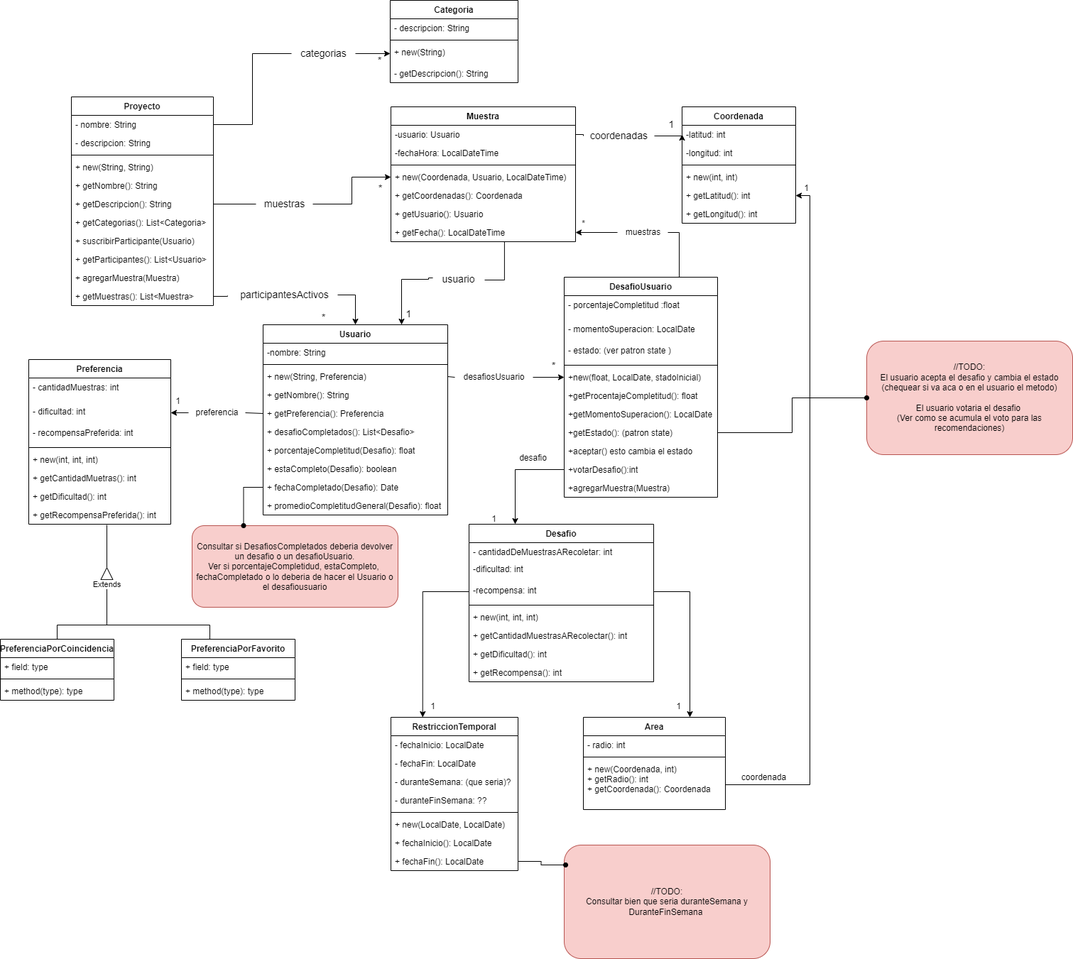
Maxxie12/Unq-po2-TpFinal keeps this draw.io diagram as UMLTPFinal.drawio.png. Above is the earlier version. Source tidied: cells renumbered, new cells last; positions are measured from the earlier drawing's top-left corner, leaving out a move shared by most shapes.
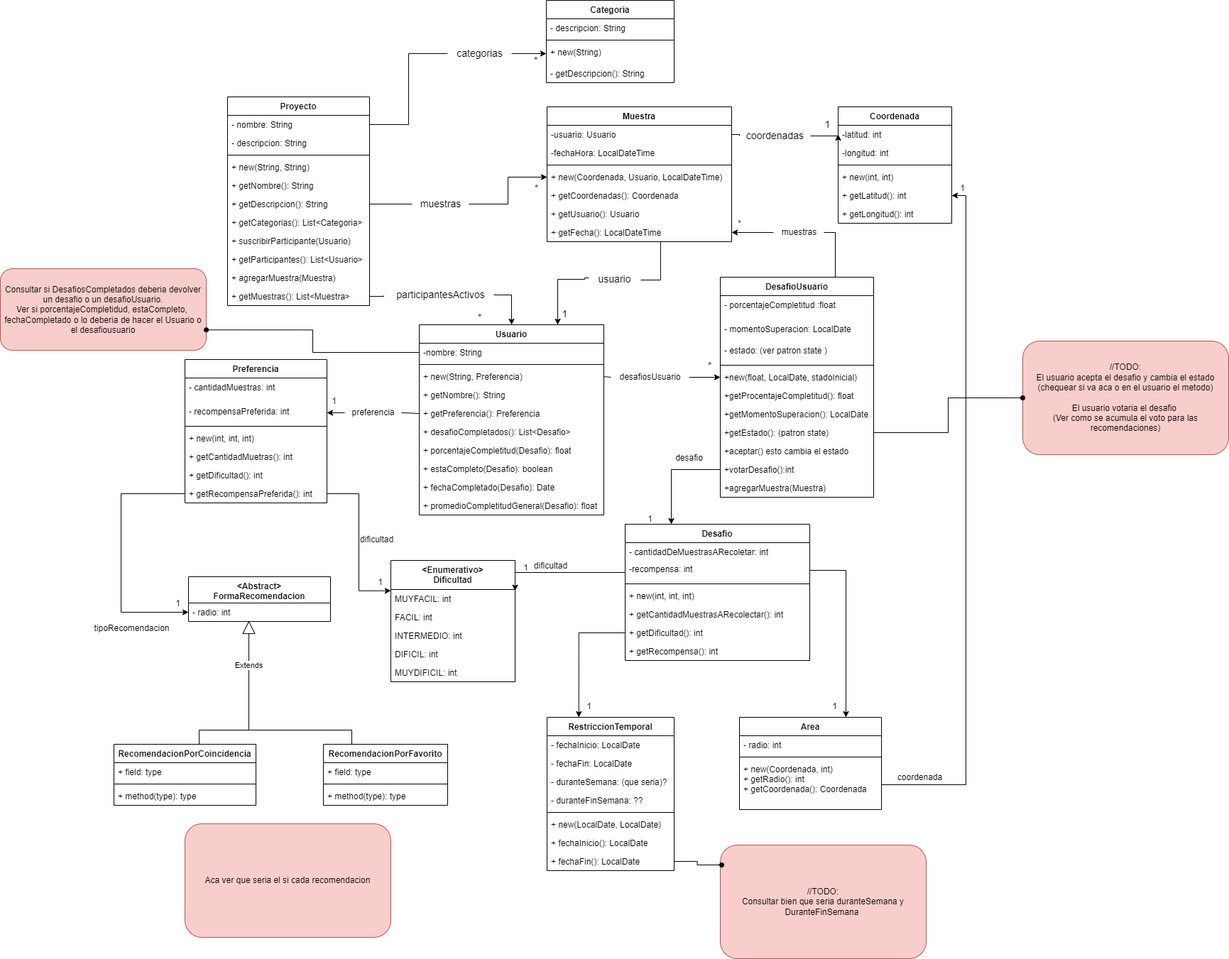
After the commit.

Commit message:
Actualizo UMLTPFinal

Change to the diagram source:
```diff
@@ -117,73 +117,70 @@
       <mxGeometry y="138" width="160" height="26" as="geometry" />
     </mxCell>
     <mxCell id="40" value="Preferencia" style="swimlane;fontStyle=1;align=center;verticalAlign=top;horizontal=1;startSize=26;" parent="1" vertex="1">
-      <mxGeometry x="40" y="506" width="200" height="232" as="geometry" />
+      <mxGeometry x="40" y="506" width="200" height="202" as="geometry" />
     </mxCell>
     <mxCell id="41" value="- cantidadMuestras: int&#10;" style="text;strokeColor=none;fillColor=none;align=left;verticalAlign=top;spacingLeft=4;spacingRight=4;overflow=hidden;" parent="40" vertex="1">
       <mxGeometry y="26" width="200" height="34" as="geometry" />
     </mxCell>
-    <mxCell id="42" value="- dificultad: int" style="text;strokeColor=none;fillColor=none;align=left;verticalAlign=top;spacingLeft=4;spacingRight=4;overflow=hidden;points=[[0,0.5],[1,0.5]];portConstraint=eastwest;" parent="40" vertex="1">
-      <mxGeometry y="60" width="200" height="30" as="geometry" />
-    </mxCell>
     <mxCell id="43" value="- recompensaPreferida: int" style="text;strokeColor=none;fillColor=none;align=left;verticalAlign=top;spacingLeft=4;spacingRight=4;overflow=hidden;" parent="40" vertex="1">
-      <mxGeometry y="90" width="200" height="30" as="geometry" />
+      <mxGeometry y="60" width="200" height="30" as="geometry" />
     </mxCell>
     <mxCell id="44" style="line;strokeWidth=1;fillColor=none;align=left;verticalAlign=middle;spacingTop=-1;spacingLeft=3;spacingRight=3;labelPosition=right;strokeColor=inherit;" parent="40" vertex="1">
-      <mxGeometry y="120" width="200" height="8" as="geometry" />
+      <mxGeometry y="90" width="200" height="8" as="geometry" />
     </mxCell>
     <mxCell id="45" value="+ new(int, int, int)" style="text;strokeColor=none;fillColor=none;align=left;verticalAlign=top;spacingLeft=4;spacingRight=4;overflow=hidden;" parent="40" vertex="1">
-      <mxGeometry y="128" width="200" height="26" as="geometry" />
+      <mxGeometry y="98" width="200" height="26" as="geometry" />
     </mxCell>
     <mxCell id="46" value="+ getCantidadMuetras(): int" style="text;strokeColor=none;fillColor=none;align=left;verticalAlign=top;spacingLeft=4;spacingRight=4;overflow=hidden;" parent="40" vertex="1">
-      <mxGeometry y="154" width="200" height="26" as="geometry" />
+      <mxGeometry y="124" width="200" height="26" as="geometry" />
     </mxCell>
     <mxCell id="47" value="+ getDificultad(): int" style="text;strokeColor=none;fillColor=none;align=left;verticalAlign=top;spacingLeft=4;spacingRight=4;overflow=hidden;" parent="40" vertex="1">
-      <mxGeometry y="180" width="200" height="26" as="geometry" />
+      <mxGeometry y="150" width="200" height="26" as="geometry" />
     </mxCell>
     <mxCell id="48" value="+ getRecompensaPreferida(): int" style="text;strokeColor=none;fillColor=none;align=left;verticalAlign=top;spacingLeft=4;spacingRight=4;overflow=hidden;points=[[0,0.5],[1,0.5]];portConstraint=eastwest;" parent="40" vertex="1">
-      <mxGeometry y="206" width="200" height="26" as="geometry" />
+      <mxGeometry y="176" width="200" height="26" as="geometry" />
     </mxCell>
     <mxCell id="49" style="edgeStyle=orthogonalEdgeStyle;rounded=0;jettySize=auto;html=1;exitX=0.25;exitY=0;exitDx=0;exitDy=0;strokeColor=default;endArrow=none;endFill=0;" parent="1" edge="1" source="50">
       <mxGeometry relative="1" as="geometry">
-        <mxPoint x="150" y="840" as="targetPoint" />
+        <mxPoint x="130" y="988" as="targetPoint" />
         <Array as="points">
-          <mxPoint x="295" y="880" />
-          <mxPoint x="150" y="880" />
+          <mxPoint x="275" y="1028" />
+          <mxPoint x="130" y="1028" />
         </Array>
       </mxGeometry>
     </mxCell>
-    <mxCell id="50" value="PreferenciaPorFavorito" style="swimlane;fontStyle=1;align=center;verticalAlign=top;horizontal=1;startSize=26;" parent="1" vertex="1">
-      <mxGeometry x="255" y="900" width="160" height="86" as="geometry" />
+    <mxCell id="50" value="RecomendacionPorFavorito" style="swimlane;fontStyle=1;align=center;verticalAlign=top;horizontal=1;startSize=26;" parent="1" vertex="1">
+      <mxGeometry x="235" y="1048" width="175" height="86" as="geometry" />
     </mxCell>
     <mxCell id="51" value="+ field: type" style="text;strokeColor=none;fillColor=none;align=left;verticalAlign=top;spacingLeft=4;spacingRight=4;overflow=hidden;" parent="50" vertex="1">
-      <mxGeometry y="26" width="160" height="26" as="geometry" />
+      <mxGeometry y="26" width="175" height="26" as="geometry" />
     </mxCell>
     <mxCell id="52" style="line;strokeWidth=1;fillColor=none;align=left;verticalAlign=middle;spacingTop=-1;spacingLeft=3;spacingRight=3;labelPosition=right;strokeColor=inherit;" parent="50" vertex="1">
-      <mxGeometry y="52" width="160" height="8" as="geometry" />
+      <mxGeometry y="52" width="175" height="8" as="geometry" />
     </mxCell>
     <mxCell id="53" value="+ method(type): type" style="text;strokeColor=none;fillColor=none;align=left;verticalAlign=top;spacingLeft=4;spacingRight=4;overflow=hidden;" parent="50" vertex="1">
-      <mxGeometry y="60" width="160" height="26" as="geometry" />
+      <mxGeometry y="60" width="175" height="26" as="geometry" />
     </mxCell>
     <mxCell id="54" style="edgeStyle=orthogonalEdgeStyle;rounded=0;jettySize=auto;html=1;exitX=0.5;exitY=0;exitDx=0;exitDy=0;strokeColor=default;endArrow=none;endFill=0;" parent="1" edge="1" source="55">
       <mxGeometry relative="1" as="geometry">
-        <mxPoint x="150" y="840" as="targetPoint" />
+        <mxPoint x="130" y="988" as="targetPoint" />
         <Array as="points">
-          <mxPoint x="80" y="880" />
-          <mxPoint x="150" y="880" />
+          <mxPoint x="60" y="1028" />
+          <mxPoint x="130" y="1028" />
         </Array>
       </mxGeometry>
     </mxCell>
-    <mxCell id="55" value="PreferenciaPorCoincidencia" style="swimlane;fontStyle=1;align=center;verticalAlign=top;horizontal=1;startSize=26;" parent="1" vertex="1">
-      <mxGeometry y="900" width="160" height="86" as="geometry" />
+    <mxCell id="55" value="RecomendacionPorCoincidencia" style="swimlane;fontStyle=1;align=center;verticalAlign=top;horizontal=1;startSize=26;" parent="1" vertex="1">
+      <mxGeometry x="-60" y="1048" width="200" height="86" as="geometry" />
     </mxCell>
     <mxCell id="56" value="+ field: type" style="text;strokeColor=none;fillColor=none;align=left;verticalAlign=top;spacingLeft=4;spacingRight=4;overflow=hidden;" parent="55" vertex="1">
-      <mxGeometry y="26" width="160" height="26" as="geometry" />
+      <mxGeometry y="26" width="200" height="26" as="geometry" />
     </mxCell>
     <mxCell id="57" style="line;strokeWidth=1;fillColor=none;align=left;verticalAlign=middle;spacingTop=-1;spacingLeft=3;spacingRight=3;labelPosition=right;strokeColor=inherit;" parent="55" vertex="1">
-      <mxGeometry y="52" width="160" height="8" as="geometry" />
+      <mxGeometry y="52" width="200" height="8" as="geometry" />
     </mxCell>
     <mxCell id="58" value="+ method(type): type" style="text;strokeColor=none;fillColor=none;align=left;verticalAlign=top;spacingLeft=4;spacingRight=4;overflow=hidden;" parent="55" vertex="1">
-      <mxGeometry y="60" width="160" height="26" as="geometry" />
+      <mxGeometry y="60" width="200" height="26" as="geometry" />
     </mxCell>
     <mxCell id="59" value="RestriccionTemporal" style="swimlane;fontStyle=1;align=center;verticalAlign=top;horizontal=1;startSize=26;" parent="1" vertex="1">
       <mxGeometry x="550" y="1010" width="179" height="216" as="geometry" />
@@ -288,31 +285,28 @@
       <mxGeometry x="940" y="980" width="30" height="30" as="geometry" />
     </mxCell>
     <mxCell id="90" value="Desafio" style="swimlane;fontStyle=1;align=center;verticalAlign=top;horizontal=1;startSize=26;" parent="1" vertex="1">
-      <mxGeometry x="660" y="738" width="260" height="222" as="geometry" />
+      <mxGeometry x="660" y="738" width="260" height="192" as="geometry" />
     </mxCell>
     <mxCell id="91" value="- cantidadDeMuestrasARecoletar: int" style="text;strokeColor=none;fillColor=none;align=left;verticalAlign=top;spacingLeft=4;spacingRight=4;overflow=hidden;" parent="90" vertex="1">
       <mxGeometry y="26" width="260" height="24" as="geometry" />
     </mxCell>
-    <mxCell id="92" value="-dificultad: int" style="text;strokeColor=none;fillColor=none;align=left;verticalAlign=top;spacingLeft=4;spacingRight=4;overflow=hidden;" parent="90" vertex="1">
-      <mxGeometry y="50" width="260" height="30" as="geometry" />
-    </mxCell>
     <mxCell id="93" value="-recompensa: int" style="text;strokeColor=none;fillColor=none;align=left;verticalAlign=top;spacingLeft=4;spacingRight=4;overflow=hidden;points=[[0,0.5],[1,0.5]];portConstraint=eastwest;" parent="90" vertex="1">
-      <mxGeometry y="80" width="260" height="30" as="geometry" />
+      <mxGeometry y="50" width="260" height="30" as="geometry" />
     </mxCell>
     <mxCell id="94" style="line;strokeWidth=1;fillColor=none;align=left;verticalAlign=middle;spacingTop=-1;spacingLeft=3;spacingRight=3;labelPosition=right;strokeColor=inherit;" parent="90" vertex="1">
-      <mxGeometry y="110" width="260" height="8" as="geometry" />
+      <mxGeometry y="80" width="260" height="8" as="geometry" />
     </mxCell>
     <mxCell id="95" value="+ new(int, int, int)" style="text;strokeColor=none;fillColor=none;align=left;verticalAlign=top;spacingLeft=4;spacingRight=4;overflow=hidden;" parent="90" vertex="1">
-      <mxGeometry y="118" width="260" height="26" as="geometry" />
+      <mxGeometry y="88" width="260" height="26" as="geometry" />
     </mxCell>
     <mxCell id="96" value="+ getCantidadMuestrasARecolectar(): int" style="text;strokeColor=none;fillColor=none;align=left;verticalAlign=top;spacingLeft=4;spacingRight=4;overflow=hidden;" parent="90" vertex="1">
-      <mxGeometry y="144" width="260" height="26" as="geometry" />
+      <mxGeometry y="114" width="260" height="26" as="geometry" />
     </mxCell>
     <mxCell id="97" value="+ getDificultad(): int" style="text;strokeColor=none;fillColor=none;align=left;verticalAlign=top;spacingLeft=4;spacingRight=4;overflow=hidden;points=[[0,0.5],[1,0.5]];portConstraint=eastwest;" parent="90" vertex="1">
-      <mxGeometry y="170" width="260" height="26" as="geometry" />
+      <mxGeometry y="140" width="260" height="26" as="geometry" />
     </mxCell>
     <mxCell id="98" value="+ getRecompensa(): int" style="text;strokeColor=none;fillColor=none;align=left;verticalAlign=top;spacingLeft=4;spacingRight=4;overflow=hidden;" parent="90" vertex="1">
-      <mxGeometry y="196" width="260" height="26" as="geometry" />
+      <mxGeometry y="166" width="260" height="26" as="geometry" />
     </mxCell>
     <mxCell id="99" style="edgeStyle=orthogonalEdgeStyle;rounded=0;jettySize=auto;html=1;exitX=-0.014;exitY=0.5;exitDx=0;exitDy=0;entryX=1;entryY=0.5;entryDx=0;entryDy=0;startArrow=none;exitPerimeter=0;" parent="1" edge="1" source="128" target="32">
       <mxGeometry relative="1" as="geometry" />
@@ -362,8 +356,10 @@
     <mxCell id="114" value="1" style="text;html=1;align=center;verticalAlign=middle;strokeColor=none;fillColor=none;" parent="1" vertex="1">
       <mxGeometry x="1120" y="250" width="30" height="30" as="geometry" />
     </mxCell>
-    <mxCell id="115" style="endArrow=classic;html=1;rounded=0;entryX=1;entryY=0.5;entryDx=0;entryDy=0;exitX=0;exitY=0.5;exitDx=0;exitDy=0;startArrow=none;" parent="1" edge="1" source="134" target="42">
-      <mxGeometry relative="1" as="geometry" />
+    <mxCell id="115" style="endArrow=classic;html=1;rounded=0;entryX=1;entryY=0.5;entryDx=0;entryDy=0;exitX=0;exitY=0.5;exitDx=0;exitDy=0;startArrow=none;" parent="1" edge="1" source="134">
+      <mxGeometry relative="1" as="geometry">
+        <mxPoint x="240" y="581" as="targetPoint" />
+      </mxGeometry>
     </mxCell>
     <mxCell id="116" value="1" style="text;html=1;align=center;verticalAlign=middle;strokeColor=none;fillColor=none;" parent="1" vertex="1">
       <mxGeometry x="235" y="550" width="30" height="30" as="geometry" />
@@ -374,9 +370,6 @@
     <mxCell id="118" style="edgeStyle=orthogonalEdgeStyle;rounded=0;jettySize=auto;html=1;exitX=0;exitY=0.5;exitDx=0;exitDy=0;entryX=0.25;entryY=0;entryDx=0;entryDy=0;" parent="1" edge="1" source="110" target="90">
       <mxGeometry relative="1" as="geometry" />
     </mxCell>
-    <mxCell id="119" style="edgeStyle=orthogonalEdgeStyle;rounded=0;jettySize=auto;html=1;exitX=0;exitY=0.5;exitDx=0;exitDy=0;entryX=0.25;entryY=0;entryDx=0;entryDy=0;" parent="1" edge="1" source="93" target="59">
-      <mxGeometry relative="1" as="geometry" />
-    </mxCell>
     <mxCell id="120" style="edgeStyle=orthogonalEdgeStyle;rounded=0;jettySize=auto;html=1;exitX=1;exitY=0.5;exitDx=0;exitDy=0;entryX=0.75;entryY=0;entryDx=0;entryDy=0;" parent="1" edge="1" source="93" target="68">
       <mxGeometry relative="1" as="geometry" />
     </mxCell>
@@ -385,16 +378,10 @@
     </mxCell>
     <mxCell id="122" value="Extends" style="endArrow=block;endSize=16;endFill=0;html=1;rounded=0;" parent="1" edge="1">
       <mxGeometry relative="1" as="geometry">
-        <mxPoint x="150" y="848" as="sourcePoint" />
-        <mxPoint x="150" y="798" as="targetPoint" />
+        <mxPoint x="130" y="1000" as="sourcePoint" />
+        <mxPoint x="130" y="874" as="targetPoint" />
       </mxGeometry>
     </mxCell>
-    <mxCell id="123" style="edgeStyle=orthogonalEdgeStyle;rounded=0;orthogonalLoop=1;jettySize=auto;html=1;strokeColor=default;endArrow=none;endFill=0;" parent="1" edge="1">
-      <mxGeometry relative="1" as="geometry">
-        <mxPoint x="150" y="739" as="sourcePoint" />
-        <mxPoint x="150" y="799" as="targetPoint" />
-      </mxGeometry>
-    </mxCell>
     <mxCell id="124" value="categorias" style="text;html=1;align=center;verticalAlign=middle;points=[];strokeColor=none;fillColor=none;fontSize=14;" parent="1" vertex="1">
       <mxGeometry x="410" y="60" width="90" height="30" as="geometry" />
     </mxCell>
@@ -474,10 +461,77 @@
       <mxGeometry relative="1" as="geometry" />
     </mxCell>
     <mxCell id="146" value="Consultar si DesafiosCompletados deberia devolver un desafio o un desafioUsuario.&lt;br&gt;Ver si porcentajeCompletidud, estaCompleto,&amp;nbsp;&lt;br&gt;fechaCompletado o lo deberia de hacer el Usuario o el desafiousuario" style="rounded=1;whiteSpace=wrap;html=1;fillColor=#f8cecc;strokeColor=#b85450;" parent="1" vertex="1">
-      <mxGeometry x="270" y="740" width="290" height="115" as="geometry" />
+      <mxGeometry x="-220" y="378" width="290" height="115" as="geometry" />
     </mxCell>
-    <mxCell id="147" style="edgeStyle=orthogonalEdgeStyle;rounded=0;jettySize=auto;html=1;exitX=0;exitY=0.5;exitDx=0;exitDy=0;entryX=0.25;entryY=0;entryDx=0;entryDy=0;endArrow=oval;endFill=1;" parent="1" edge="1" source="23" target="146">
-      <mxGeometry relative="1" as="geometry" />
-    </mxCell>
+    <mxCell id="148" value="&lt;Abstract&gt;&#10;FormaRecomendacion" style="swimlane;fontStyle=1;align=center;verticalAlign=top;horizontal=1;startSize=37;" parent="1" vertex="1">
+      <mxGeometry x="45" y="812" width="200" height="63" as="geometry" />
+    </mxCell>
+    <mxCell id="149" value="- radio: int" style="text;strokeColor=none;fillColor=none;align=left;verticalAlign=top;spacingLeft=4;spacingRight=4;overflow=hidden;points=[[0,0.5],[1,0.5]];portConstraint=eastwest;" parent="148" vertex="1">
+      <mxGeometry y="37" width="200" height="26" as="geometry" />
+    </mxCell>
+    <mxCell id="150" style="edgeStyle=orthogonalEdgeStyle;rounded=0;jettySize=auto;html=1;exitX=0;exitY=0.5;exitDx=0;exitDy=0;entryX=0;entryY=0.5;entryDx=0;entryDy=0;" parent="1" edge="1" source="48" target="149">
+      <mxGeometry relative="1" as="geometry">
+        <Array as="points">
+          <mxPoint x="-50" y="695" />
+          <mxPoint x="-50" y="862" />
+        </Array>
+      </mxGeometry>
+    </mxCell>
+    <mxCell id="151" value="tipoRecomendacion" style="text;html=1;align=center;verticalAlign=middle;strokeColor=none;fillColor=none;" parent="1" vertex="1">
+      <mxGeometry x="-100" y="870" width="130" height="30" as="geometry" />
+    </mxCell>
+    <mxCell id="152" value="1" style="text;html=1;align=center;verticalAlign=middle;strokeColor=none;fillColor=none;" parent="1" vertex="1">
+      <mxGeometry x="15" y="835" width="30" height="30" as="geometry" />
+    </mxCell>
+    <mxCell id="153" value="Aca ver que seria el si cada recomendacion" style="rounded=1;whiteSpace=wrap;html=1;fillColor=#f8cecc;strokeColor=#b85450;" parent="1" vertex="1">
+      <mxGeometry x="40" y="1160" width="290" height="160" as="geometry" />
+    </mxCell>
+    <mxCell id="154" style="edgeStyle=orthogonalEdgeStyle;rounded=0;jettySize=auto;html=1;exitX=0;exitY=0.5;exitDx=0;exitDy=0;endArrow=oval;endFill=1;entryX=1;entryY=0.75;entryDx=0;entryDy=0;" parent="1" edge="1" source="15" target="146">
+      <mxGeometry relative="1" as="geometry" />
+    </mxCell>
+    <mxCell id="155" value="&lt;Enumerativo&gt;&#10;Dificultad" style="swimlane;fontStyle=1;align=center;verticalAlign=top;horizontal=1;startSize=41;" parent="1" vertex="1">
+      <mxGeometry x="330" y="789" width="175" height="171" as="geometry" />
+    </mxCell>
+    <mxCell id="156" value="MUYFACIL: int" style="text;strokeColor=none;fillColor=none;align=left;verticalAlign=top;spacingLeft=4;spacingRight=4;overflow=hidden;" parent="155" vertex="1">
+      <mxGeometry y="41" width="175" height="26" as="geometry" />
+    </mxCell>
+    <mxCell id="157" value="FACIL: int" style="text;strokeColor=none;fillColor=none;align=left;verticalAlign=top;spacingLeft=4;spacingRight=4;overflow=hidden;" parent="155" vertex="1">
+      <mxGeometry y="67" width="175" height="26" as="geometry" />
+    </mxCell>
+    <mxCell id="158" value="INTERMEDIO: int" style="text;strokeColor=none;fillColor=none;align=left;verticalAlign=top;spacingLeft=4;spacingRight=4;overflow=hidden;" parent="155" vertex="1">
+      <mxGeometry y="93" width="175" height="26" as="geometry" />
+    </mxCell>
+    <mxCell id="159" value="DIFICIL: int" style="text;strokeColor=none;fillColor=none;align=left;verticalAlign=top;spacingLeft=4;spacingRight=4;overflow=hidden;" parent="155" vertex="1">
+      <mxGeometry y="119" width="175" height="26" as="geometry" />
+    </mxCell>
+    <mxCell id="160" value="MUYDIFICIL: int" style="text;strokeColor=none;fillColor=none;align=left;verticalAlign=top;spacingLeft=4;spacingRight=4;overflow=hidden;" parent="155" vertex="1">
+      <mxGeometry y="145" width="175" height="26" as="geometry" />
+    </mxCell>
+    <mxCell id="161" style="edgeStyle=orthogonalEdgeStyle;rounded=0;jettySize=auto;html=1;exitX=0;exitY=0.5;exitDx=0;exitDy=0;entryX=1;entryY=0.25;entryDx=0;entryDy=0;endArrow=classic;endFill=1;" parent="1" edge="1" target="155">
+      <mxGeometry relative="1" as="geometry">
+        <mxPoint x="660" y="803" as="sourcePoint" />
+        <Array as="points">
+          <mxPoint x="660" y="806" />
+        </Array>
+      </mxGeometry>
+    </mxCell>
+    <mxCell id="162" style="edgeStyle=orthogonalEdgeStyle;rounded=0;jettySize=auto;html=1;exitX=1;exitY=0.5;exitDx=0;exitDy=0;entryX=0;entryY=0.25;entryDx=0;entryDy=0;endArrow=classic;endFill=1;" parent="1" edge="1" source="48" target="155">
+      <mxGeometry relative="1" as="geometry" />
+    </mxCell>
+    <mxCell id="163" value="1" style="text;html=1;align=center;verticalAlign=middle;strokeColor=none;fillColor=none;" parent="1" vertex="1">
+      <mxGeometry x="300" y="805" width="30" height="30" as="geometry" />
+    </mxCell>
+    <mxCell id="164" value="1" style="text;html=1;align=center;verticalAlign=middle;strokeColor=none;fillColor=none;" parent="1" vertex="1">
+      <mxGeometry x="505" y="785" width="30" height="30" as="geometry" />
+    </mxCell>
+    <mxCell id="165" value="dificultad" style="text;html=1;align=center;verticalAlign=middle;strokeColor=none;fillColor=none;" parent="1" vertex="1">
+      <mxGeometry x="520" y="782" width="70" height="30" as="geometry" />
+    </mxCell>
+    <mxCell id="166" value="dificultad" style="text;html=1;align=center;verticalAlign=middle;strokeColor=none;fillColor=none;" parent="1" vertex="1">
+      <mxGeometry x="275" y="745" width="70" height="30" as="geometry" />
+    </mxCell>
+    <mxCell id="167" style="edgeStyle=orthogonalEdgeStyle;rounded=0;jettySize=auto;html=1;exitX=0;exitY=0.5;exitDx=0;exitDy=0;entryX=0.25;entryY=0;entryDx=0;entryDy=0;endArrow=classic;endFill=1;" parent="1" edge="1" source="97" target="59">
+      <mxGeometry relative="1" as="geometry" />
+    </mxCell>
   </root>
 </mxGraphModel>
```
